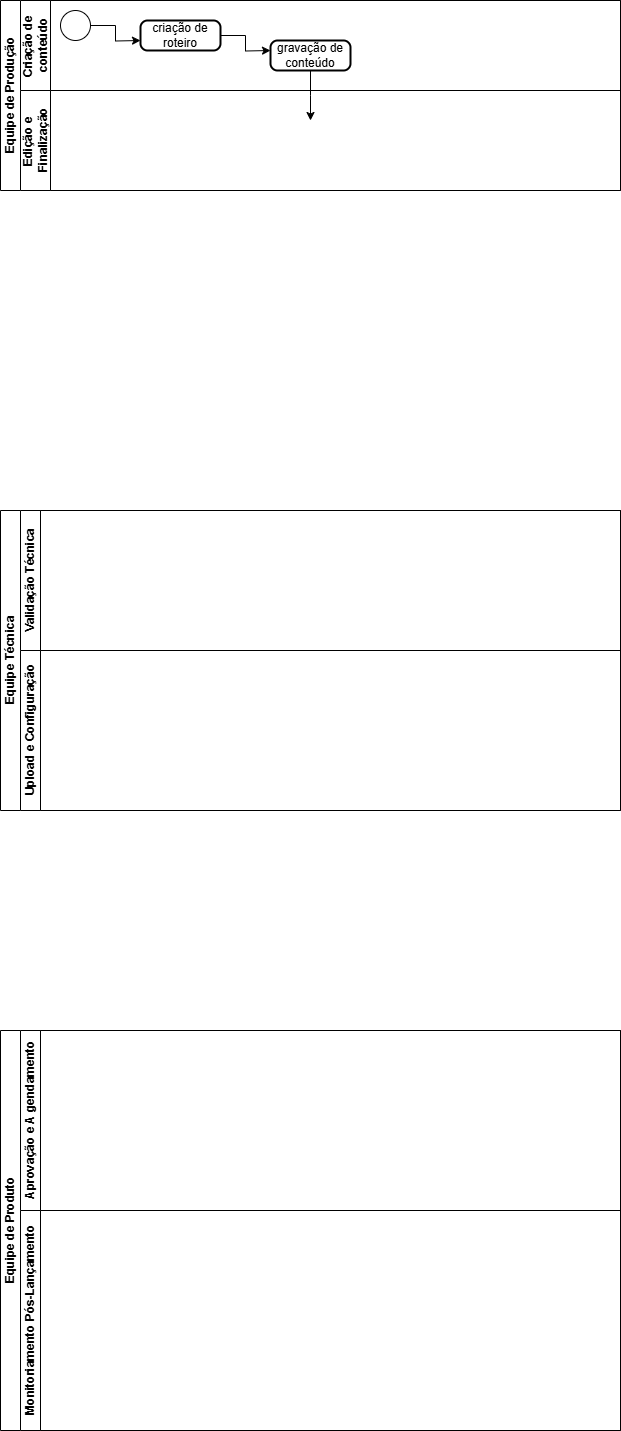
Before: Diagrama 2.0.drawio.png, a diagram exported from draw.io (Andynlx01/fluxograma.aprensa-o). Source tidied: cells renumbered, new cells last; positions are measured from the earlier drawing's top-left corner, leaving out a move shared by most shapes.
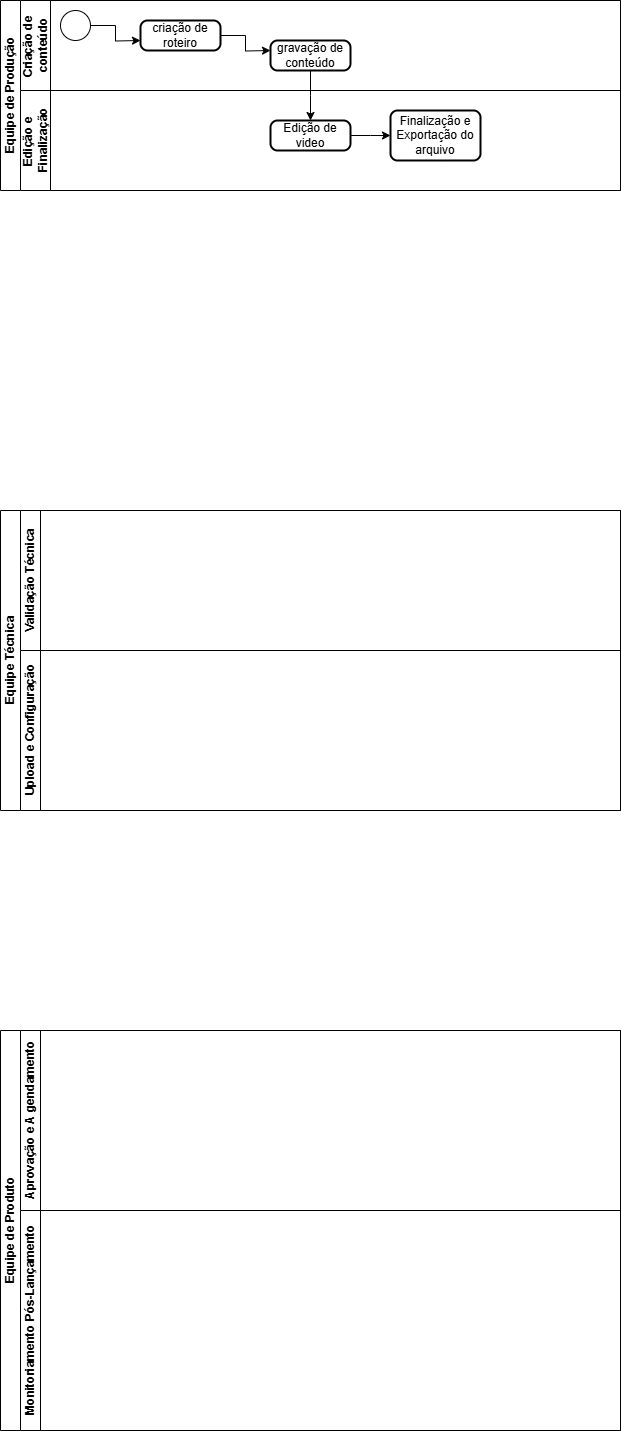
After the change.

What changed in the source:
```diff
@@ -35,6 +35,17 @@
     <mxCell id="10" value="Edição e&amp;nbsp;&lt;div&gt;Finalização&lt;/div&gt;" style="swimlane;startSize=30;horizontal=0;html=1;" parent="2" vertex="1">
       <mxGeometry x="20" y="90" width="600" height="100" as="geometry" />
     </mxCell>
+    <mxCell id="17" style="edgeStyle=orthogonalEdgeStyle;rounded=0;jettySize=auto;html=1;" parent="10" edge="1" source="18">
+      <mxGeometry relative="1" as="geometry">
+        <mxPoint x="370" y="45" as="targetPoint" />
+      </mxGeometry>
+    </mxCell>
+    <mxCell id="18" value="Edição de video" style="rounded=1;whiteSpace=wrap;html=1;absoluteArcSize=1;arcSize=14;strokeWidth=2;" parent="10" vertex="1">
+      <mxGeometry x="250" y="30" width="80" height="30" as="geometry" />
+    </mxCell>
+    <mxCell id="19" value="Finalização e Exportação do arquivo" style="rounded=1;whiteSpace=wrap;html=1;absoluteArcSize=1;arcSize=14;strokeWidth=2;" parent="10" vertex="1">
+      <mxGeometry x="370" y="20" width="90" height="50" as="geometry" />
+    </mxCell>
     <mxCell id="11" value="Equipe Técnica" style="swimlane;horizontal=0;startSize=20;html=1;" parent="1" vertex="1">
       <mxGeometry y="510" width="620" height="300" as="geometry" />
     </mxCell>
```
